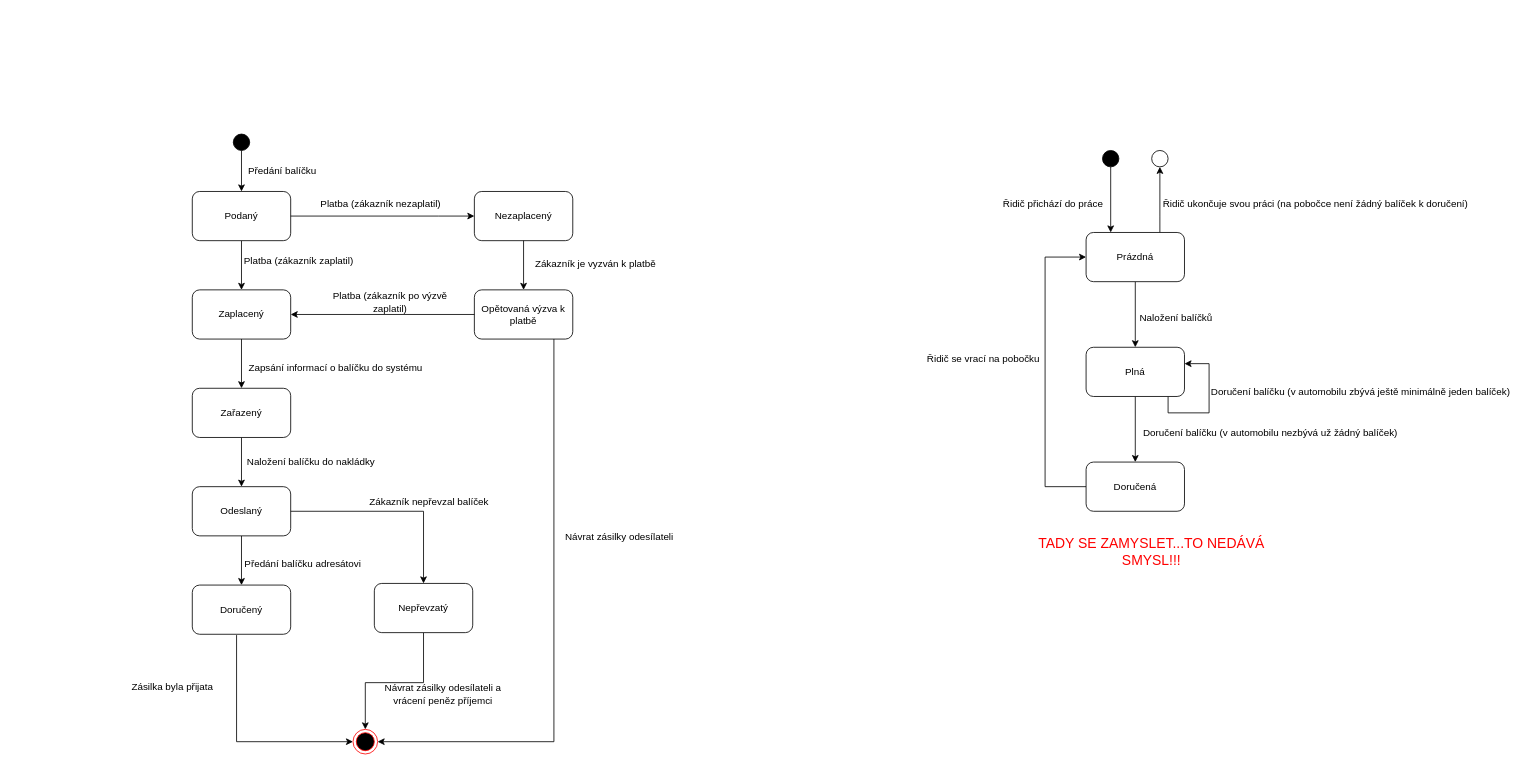
Earlier version of the draw.io diagram Projekt-StavovyDiagram.drawio (martinoak/culs-diagrams-net). Source tidied: cells renumbered, new cells numbered last; positions are measured from the earlier drawing's top-left corner, leaving out a move shared by most shapes. Both pictures are drawn from the tidied source at 82%, with x=0, y=0 at pixel (107, 134).
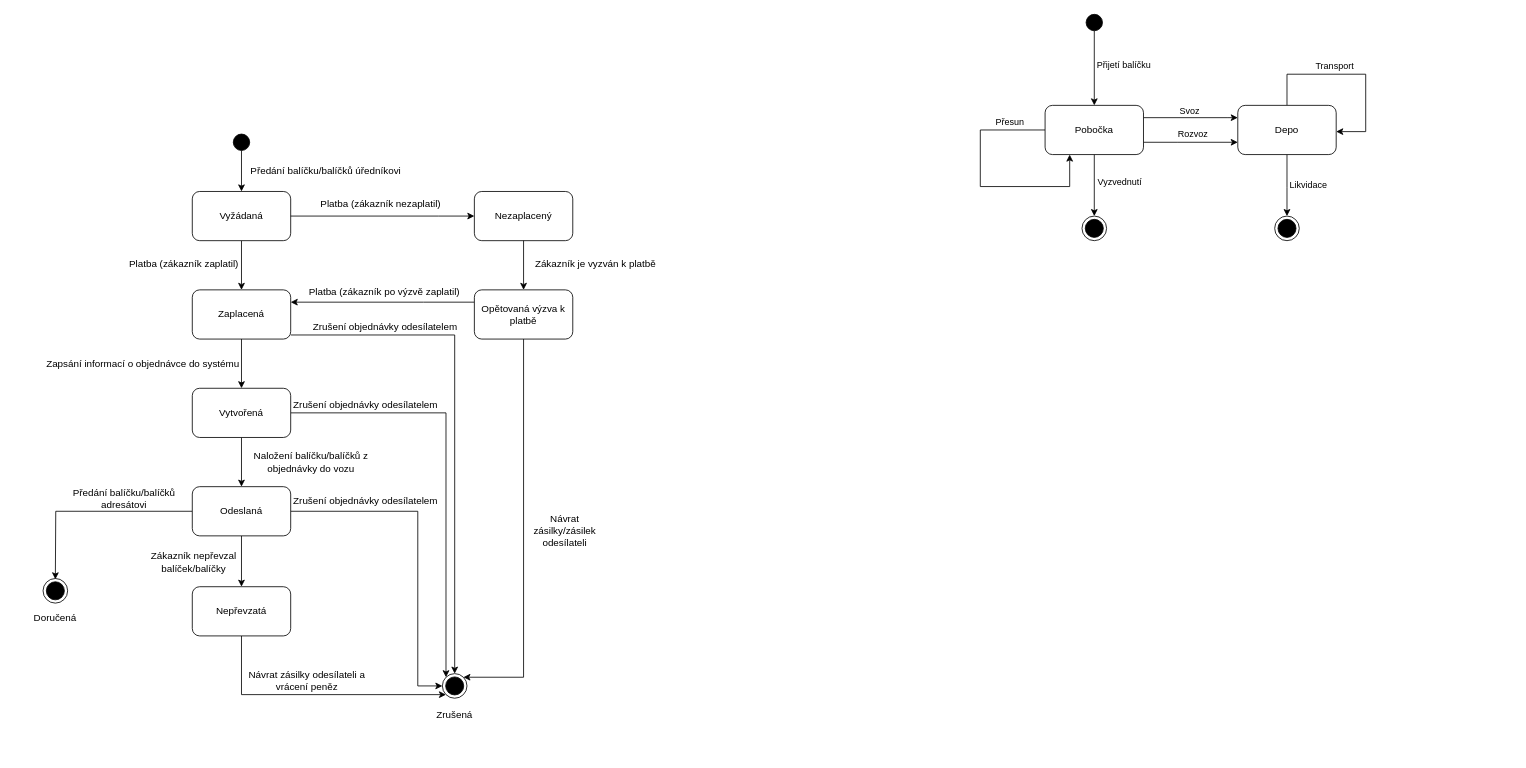
After the change.

The change refers to these unchanged cells:
```xml
<mxCell id="45" value="Opětovaná výzva k platbě" style="rounded=1;whiteSpace=wrap;html=1;shadow=0;strokeColor=#000000;fillColor=#FFFFFF;" parent="1" vertex="1">
  <mxGeometry x="448" y="190" width="120" height="60" as="geometry" />
</mxCell>
```

The edit, as a diff of the source:
```diff
@@
-    <mxCell id="2" style="edgeStyle=orthogonalEdgeStyle;rounded=0;jettySize=auto;html=1;" parent="1" edge="1" source="4" target="7">
-      <mxGeometry relative="1" as="geometry" />
-    </mxCell>
-    <mxCell id="3" style="edgeStyle=orthogonalEdgeStyle;rounded=0;jettySize=auto;html=1;entryX=0.5;entryY=1;entryDx=0;entryDy=0;" parent="1" edge="1" source="4" target="10">
-      <mxGeometry relative="1" as="geometry">
-        <Array as="points">
-          <mxPoint x="1284" y="100" />
-          <mxPoint x="1284" y="100" />
-        </Array>
-      </mxGeometry>
-    </mxCell>
-    <mxCell id="4" value="Prázdná" style="rounded=1;whiteSpace=wrap;html=1;" parent="1" vertex="1">
-      <mxGeometry x="1194" y="120" width="120" height="60" as="geometry" />
-    </mxCell>
-    <mxCell id="5" style="edgeStyle=orthogonalEdgeStyle;rounded=0;jettySize=auto;html=1;" parent="1" edge="1" source="7" target="12">
-      <mxGeometry relative="1" as="geometry" />
-    </mxCell>
-    <mxCell id="6" style="edgeStyle=orthogonalEdgeStyle;rounded=0;orthogonalLoop=1;jettySize=auto;html=1;entryX=1;entryY=0.333;entryDx=0;entryDy=0;entryPerimeter=0;" parent="1" edge="1" source="7" target="7">
-      <mxGeometry relative="1" as="geometry">
-        <Array as="points">
-          <mxPoint x="1294" y="340" />
-          <mxPoint x="1344" y="340" />
-          <mxPoint x="1344" y="280" />
-        </Array>
-      </mxGeometry>
-    </mxCell>
-    <mxCell id="7" value="Plná" style="rounded=1;whiteSpace=wrap;html=1;" parent="1" vertex="1">
-      <mxGeometry x="1194" y="260" width="120" height="60" as="geometry" />
-    </mxCell>
-    <mxCell id="8" style="edgeStyle=orthogonalEdgeStyle;rounded=0;jettySize=auto;html=1;entryX=0.25;entryY=0;entryDx=0;entryDy=0;" parent="1" edge="1" source="9" target="4">
-      <mxGeometry relative="1" as="geometry" />
-    </mxCell>
-    <mxCell id="9" style="ellipse;whiteSpace=wrap;html=1;fillColor=#000000;" parent="1" vertex="1">
-      <mxGeometry x="1214" y="20" width="20" height="20" as="geometry" />
-    </mxCell>
-    <mxCell id="10" style="ellipse;whiteSpace=wrap;html=1;fillColor=#FFFFFF;strokeColor=#000000;shadow=0;" parent="1" vertex="1">
-      <mxGeometry x="1274" y="20" width="20" height="20" as="geometry" />
-    </mxCell>
-    <mxCell id="11" style="edgeStyle=orthogonalEdgeStyle;rounded=0;jettySize=auto;html=1;entryX=0;entryY=0.5;entryDx=0;entryDy=0;" parent="1" edge="1" source="12" target="4">
-      <mxGeometry relative="1" as="geometry">
-        <Array as="points">
-          <mxPoint x="1144" y="430" />
-          <mxPoint x="1144" y="150" />
-        </Array>
-      </mxGeometry>
-    </mxCell>
-    <mxCell id="12" value="Doručená" style="rounded=1;whiteSpace=wrap;html=1;shadow=0;strokeColor=#000000;fillColor=#FFFFFF;" parent="1" vertex="1">
-      <mxGeometry x="1194" y="400" width="120" height="60" as="geometry" />
-    </mxCell>
-    <mxCell id="13" value="Naložení balíčků" style="text;html=1;strokeColor=none;fillColor=none;align=center;verticalAlign=middle;whiteSpace=wrap;rounded=0;shadow=0;" parent="1" vertex="1">
-      <mxGeometry x="1254" y="210" width="100" height="30" as="geometry" />
-    </mxCell>
-    <mxCell id="14" value="Doručení balíčku (v automobilu nezbývá už žádný balíček)" style="text;html=1;strokeColor=none;fillColor=none;align=center;verticalAlign=middle;whiteSpace=wrap;rounded=0;shadow=0;" parent="1" vertex="1">
-      <mxGeometry x="1254" y="350" width="330" height="30" as="geometry" />
-    </mxCell>
-    <mxCell id="15" value="Doručení balíčku (v automobilu zbývá ještě minimálně jeden balíček)" style="text;html=1;strokeColor=none;fillColor=none;align=center;verticalAlign=middle;whiteSpace=wrap;rounded=0;shadow=0;" parent="1" vertex="1">
-      <mxGeometry x="1344" y="300" width="370" height="30" as="geometry" />
-    </mxCell>
-    <mxCell id="16" value="Řidič ukončuje svou práci (na pobočce není žádný balíček k doručení)" style="text;html=1;strokeColor=none;fillColor=none;align=center;verticalAlign=middle;whiteSpace=wrap;rounded=0;shadow=0;" parent="1" vertex="1">
-      <mxGeometry x="1284" y="70" width="380" height="30" as="geometry" />
-    </mxCell>
-    <mxCell id="17" value="Řidič přichází do práce" style="text;html=1;strokeColor=none;fillColor=none;align=center;verticalAlign=middle;whiteSpace=wrap;rounded=0;shadow=0;" parent="1" vertex="1">
-      <mxGeometry x="1084" y="70" width="140" height="30" as="geometry" />
-    </mxCell>
-    <mxCell id="18" value="Řidič se vrací na pobočku" style="text;html=1;strokeColor=none;fillColor=none;align=center;verticalAlign=middle;whiteSpace=wrap;rounded=0;shadow=0;" parent="1" vertex="1">
-      <mxGeometry x="994" y="260" width="150" height="30" as="geometry" />
-    </mxCell>
@@
-    <mxCell id="20" value="Podaný" style="rounded=1;whiteSpace=wrap;html=1;shadow=0;strokeColor=#000000;fillColor=#FFFFFF;" parent="1" vertex="1">
+    <mxCell id="20" value="Vyžádaná" style="rounded=1;whiteSpace=wrap;html=1;shadow=0;strokeColor=#000000;fillColor=#FFFFFF;" parent="1" vertex="1">
       <mxGeometry x="104" y="70" width="120" height="60" as="geometry" />
     </mxCell>
@@
+    <mxCell id="55" style="edgeStyle=orthogonalEdgeStyle;rounded=0;jettySize=auto;html=1;entryX=0.5;entryY=0;entryDx=0;entryDy=0;" parent="1" edge="1" source="24" target="43">
+      <mxGeometry relative="1" as="geometry">
+        <Array as="points">
+          <mxPoint x="424" y="245" />
+        </Array>
+      </mxGeometry>
+    </mxCell>
-    <mxCell id="24" value="Zaplacený" style="rounded=1;whiteSpace=wrap;html=1;shadow=0;strokeColor=#000000;fillColor=#FFFFFF;" parent="1" vertex="1">
+    <mxCell id="24" value="Zaplacená" style="rounded=1;whiteSpace=wrap;html=1;shadow=0;strokeColor=#000000;fillColor=#FFFFFF;" parent="1" vertex="1">
       <mxGeometry x="104" y="190" width="120" height="60" as="geometry" />
     </mxCell>
@@
+    <mxCell id="56" style="edgeStyle=orthogonalEdgeStyle;rounded=0;jettySize=auto;html=1;entryX=0;entryY=0;entryDx=0;entryDy=0;" parent="1" edge="1" source="26" target="43">
+      <mxGeometry relative="1" as="geometry" />
+    </mxCell>
-    <mxCell id="26" value="Zařazený" style="rounded=1;whiteSpace=wrap;html=1;shadow=0;strokeColor=#000000;fillColor=#FFFFFF;" parent="1" vertex="1">
+    <mxCell id="26" value="Vytvořená" style="rounded=1;whiteSpace=wrap;html=1;shadow=0;strokeColor=#000000;fillColor=#FFFFFF;" parent="1" vertex="1">
       <mxGeometry x="104" y="310" width="120" height="60" as="geometry" />
     </mxCell>
-    <mxCell id="27" style="edgeStyle=orthogonalEdgeStyle;rounded=0;jettySize=auto;html=1;entryX=0.5;entryY=0;entryDx=0;entryDy=0;" parent="1" edge="1" source="28" target="30">
-      <mxGeometry relative="1" as="geometry" />
+    <mxCell id="27" style="edgeStyle=orthogonalEdgeStyle;rounded=0;jettySize=auto;html=1;entryX=0.5;entryY=0;entryDx=0;entryDy=0;" parent="1" edge="1" source="28">
+      <mxGeometry relative="1" as="geometry">
+        <mxPoint x="-63" y="543" as="targetPoint" />
+      </mxGeometry>
     </mxCell>
+    <mxCell id="57" style="edgeStyle=orthogonalEdgeStyle;rounded=0;jettySize=auto;html=1;entryX=0;entryY=0.5;entryDx=0;entryDy=0;" parent="1" edge="1" source="28" target="43">
+      <mxGeometry relative="1" as="geometry">
+        <Array as="points">
+          <mxPoint x="379" y="460" />
+          <mxPoint x="379" y="673" />
+        </Array>
+      </mxGeometry>
+    </mxCell>
+    <mxCell id="41" style="edgeStyle=orthogonalEdgeStyle;rounded=0;jettySize=auto;html=1;" parent="1" edge="1" source="28" target="40">
+      <mxGeometry relative="1" as="geometry" />
+    </mxCell>
-    <mxCell id="28" value="Odeslaný" style="rounded=1;whiteSpace=wrap;html=1;shadow=0;strokeColor=#000000;fillColor=#FFFFFF;" parent="1" vertex="1">
+    <mxCell id="28" value="Odeslaná" style="rounded=1;whiteSpace=wrap;html=1;shadow=0;strokeColor=#000000;fillColor=#FFFFFF;" parent="1" vertex="1">
       <mxGeometry x="104" y="430" width="120" height="60" as="geometry" />
     </mxCell>
-    <mxCell id="29" value="Předání balíčku" style="text;html=1;strokeColor=none;fillColor=none;align=center;verticalAlign=middle;whiteSpace=wrap;rounded=0;shadow=0;" parent="1" vertex="1">
-      <mxGeometry x="164" y="30" width="100" height="30" as="geometry" />
+    <mxCell id="29" value="Předání balíčku/balíčků úředníkovi" style="text;html=1;strokeColor=none;fillColor=none;align=center;verticalAlign=middle;whiteSpace=wrap;rounded=0;shadow=0;" parent="1" vertex="1">
+      <mxGeometry x="164" y="30" width="206" height="30" as="geometry" />
     </mxCell>
-    <mxCell id="30" value="Doručený" style="rounded=1;whiteSpace=wrap;html=1;shadow=0;strokeColor=#000000;fillColor=#FFFFFF;" parent="1" vertex="1">
-      <mxGeometry x="104" y="550" width="120" height="60" as="geometry" />
-    </mxCell>
     <mxCell id="31" value="Platba (zákazník zaplatil)" style="text;html=1;strokeColor=none;fillColor=none;align=center;verticalAlign=middle;whiteSpace=wrap;rounded=0;shadow=0;" parent="1" vertex="1">
-      <mxGeometry x="164" y="140" width="140" height="30" as="geometry" />
+      <mxGeometry x="24" y="144" width="140" height="30" as="geometry" />
     </mxCell>
-    <mxCell id="32" value="Zapsání informací o balíčku do systému" style="text;html=1;strokeColor=none;fillColor=none;align=center;verticalAlign=middle;whiteSpace=wrap;rounded=0;shadow=0;" parent="1" vertex="1">
-      <mxGeometry x="164" y="270" width="230" height="30" as="geometry" />
+    <mxCell id="32" value="Zapsání informací o objednávce do systému" style="text;html=1;strokeColor=none;fillColor=none;align=center;verticalAlign=middle;whiteSpace=wrap;rounded=0;shadow=0;" parent="1" vertex="1">
+      <mxGeometry x="-76" y="265" width="240" height="30" as="geometry" />
     </mxCell>
-    <mxCell id="33" value="Naložení balíčku do nakládky" style="text;html=1;strokeColor=none;fillColor=none;align=center;verticalAlign=middle;whiteSpace=wrap;rounded=0;shadow=0;" parent="1" vertex="1">
+    <mxCell id="33" value="Naložení balíčku/balíčků z objednávky do vozu" style="text;html=1;strokeColor=none;fillColor=none;align=center;verticalAlign=middle;whiteSpace=wrap;rounded=0;shadow=0;" parent="1" vertex="1">
       <mxGeometry x="164" y="385" width="170" height="30" as="geometry" />
     </mxCell>
-    <mxCell id="34" value="Předání balíčku adresátovi" style="text;html=1;strokeColor=none;fillColor=none;align=center;verticalAlign=middle;whiteSpace=wrap;rounded=0;shadow=0;" parent="1" vertex="1">
-      <mxGeometry x="164" y="510" width="150" height="30" as="geometry" />
+    <mxCell id="34" value="Předání balíčku/balíčků adresátovi" style="text;html=1;strokeColor=none;fillColor=none;align=center;verticalAlign=middle;whiteSpace=wrap;rounded=0;shadow=0;" parent="1" vertex="1">
+      <mxGeometry x="-54" y="430" width="150" height="30" as="geometry" />
     </mxCell>
-    <mxCell id="35" style="edgeStyle=orthogonalEdgeStyle;rounded=0;jettySize=auto;html=1;entryX=0.5;entryY=0;entryDx=0;entryDy=0;exitX=0.5;exitY=1;exitDx=0;exitDy=0;" parent="1" edge="1" source="40" target="43">
-      <mxGeometry relative="1" as="geometry">
-        <Array as="points">
-          <mxPoint x="386" y="669" />
-          <mxPoint x="315" y="669" />
-        </Array>
-      </mxGeometry>
-    </mxCell>
@@
-    <mxCell id="39" style="edgeStyle=orthogonalEdgeStyle;rounded=0;jettySize=auto;html=1;entryX=0;entryY=0.5;entryDx=0;entryDy=0;exitX=0.45;exitY=1.017;exitDx=0;exitDy=0;exitPerimeter=0;" parent="1" edge="1" source="30" target="43">
-      <mxGeometry relative="1" as="geometry" />
-    </mxCell>
+    <mxCell id="35" style="edgeStyle=orthogonalEdgeStyle;rounded=0;jettySize=auto;html=1;entryX=0;entryY=1;entryDx=0;entryDy=0;" parent="1" edge="1" source="40" target="43">
+      <mxGeometry relative="1" as="geometry">
+        <Array as="points">
+          <mxPoint x="164" y="684" />
+        </Array>
+      </mxGeometry>
+    </mxCell>
-    <mxCell id="40" value="Nepřevzatý" style="rounded=1;whiteSpace=wrap;html=1;shadow=0;strokeColor=#000000;fillColor=#FFFFFF;" parent="1" vertex="1">
-      <mxGeometry x="326" y="548" width="120" height="60" as="geometry" />
+    <mxCell id="40" value="Nepřevzatá" style="rounded=1;whiteSpace=wrap;html=1;shadow=0;strokeColor=#000000;fillColor=#FFFFFF;" parent="1" vertex="1">
+      <mxGeometry x="104" y="552" width="120" height="60" as="geometry" />
     </mxCell>
-    <mxCell id="41" style="endArrow=classic;html=1;rounded=0;exitX=1;exitY=0.5;exitDx=0;exitDy=0;entryX=0.5;entryY=0;entryDx=0;entryDy=0;" parent="1" edge="1" source="28" target="40">
-      <mxGeometry relative="1" as="geometry">
-        <Array as="points">
-          <mxPoint x="386" y="460" />
-        </Array>
-      </mxGeometry>
-    </mxCell>
-    <mxCell id="42" value="Zákazník nepřevzal balíček" style="text;html=1;strokeColor=none;fillColor=none;align=center;verticalAlign=middle;whiteSpace=wrap;rounded=0;shadow=0;" parent="1" vertex="1">
-      <mxGeometry x="308" y="434" width="170" height="30" as="geometry" />
-    </mxCell>
-    <mxCell id="43" style="ellipse;html=1;shape=endState;fillColor=#000000;strokeColor=#ff0000;" parent="1" vertex="1">
-      <mxGeometry x="300" y="726" width="30" height="30" as="geometry" />
+    <mxCell id="43" style="ellipse;html=1;shape=endState;fillColor=#000000;strokeColor=default;" parent="1" vertex="1">
+      <mxGeometry x="409" y="658" width="30" height="30" as="geometry" />
     </mxCell>
+    <mxCell id="48" style="edgeStyle=orthogonalEdgeStyle;rounded=0;jettySize=auto;html=1;entryX=1;entryY=0.25;entryDx=0;entryDy=0;" parent="1" edge="1" source="45" target="24">
+      <mxGeometry relative="1" as="geometry">
+        <Array as="points">
+          <mxPoint x="386" y="205" />
+          <mxPoint x="386" y="205" />
+        </Array>
+      </mxGeometry>
+    </mxCell>
-    <mxCell id="44" style="edgeStyle=orthogonalEdgeStyle;rounded=0;jettySize=auto;html=1;entryX=1;entryY=0.5;entryDx=0;entryDy=0;" parent="1" edge="1" source="45" target="43">
+    <mxCell id="44" style="edgeStyle=orthogonalEdgeStyle;rounded=0;jettySize=auto;html=1;entryX=1;entryY=0;entryDx=0;entryDy=0;" parent="1" edge="1" source="45" target="43">
       <mxGeometry relative="1" as="geometry">
         <Array as="points">
-          <mxPoint x="545" y="741" />
+          <mxPoint x="508" y="662" />
         </Array>
       </mxGeometry>
     </mxCell>
@@
-    <mxCell id="48" style="endArrow=classic;html=1;rounded=0;entryX=1;entryY=0.5;entryDx=0;entryDy=0;" parent="1" edge="1" source="45" target="24">
-      <mxGeometry relative="1" as="geometry" />
-    </mxCell>
     <mxCell id="49" value="Platba (zákazník po výzvě zaplatil)" style="text;html=1;strokeColor=none;fillColor=none;align=center;verticalAlign=middle;whiteSpace=wrap;rounded=0;shadow=0;" parent="1" vertex="1">
-      <mxGeometry x="256" y="190" width="179" height="30" as="geometry" />
+      <mxGeometry x="242" y="178" width="193" height="30" as="geometry" />
     </mxCell>
@@
-    <mxCell id="51" value="Návrat zásilky odesílateli" style="text;html=1;strokeColor=none;fillColor=none;align=center;verticalAlign=middle;whiteSpace=wrap;rounded=0;shadow=0;" parent="1" vertex="1">
-      <mxGeometry x="545" y="476" width="160" height="30" as="geometry" />
+    <mxCell id="51" value="Návrat zásilky/zásilek odesílateli" style="text;html=1;strokeColor=none;fillColor=none;align=center;verticalAlign=middle;whiteSpace=wrap;rounded=0;shadow=0;" parent="1" vertex="1">
+      <mxGeometry x="501" y="469" width="115" height="30" as="geometry" />
     </mxCell>
-    <mxCell id="52" value="Návrat zásilky odesílateli a vrácení peněz příjemci" style="text;html=1;strokeColor=none;fillColor=none;align=center;verticalAlign=middle;whiteSpace=wrap;rounded=0;shadow=0;" parent="1" vertex="1">
-      <mxGeometry x="330" y="668" width="160" height="30" as="geometry" />
+    <mxCell id="52" value="Návrat zásilky odesílateli a vrácení peněz" style="text;html=1;strokeColor=none;fillColor=none;align=center;verticalAlign=middle;whiteSpace=wrap;rounded=0;shadow=0;" parent="1" vertex="1">
+      <mxGeometry x="164" y="652" width="160" height="30" as="geometry" />
     </mxCell>
-    <mxCell id="53" value="Zásilka byla přijata" style="text;html=1;strokeColor=none;fillColor=none;align=center;verticalAlign=middle;whiteSpace=wrap;rounded=0;shadow=0;" parent="1" vertex="1">
-      <mxGeometry y="659" width="160" height="30" as="geometry" />
-    </mxCell>
-    <mxCell id="54" value="&lt;font color=&quot;#ff0000&quot; style=&quot;font-size: 17px;&quot;&gt;TADY SE ZAMYSLET...TO NEDÁVÁ SMYSL!!!&lt;/font&gt;" style="text;html=1;strokeColor=none;fillColor=none;align=center;verticalAlign=middle;whiteSpace=wrap;rounded=0;" parent="1" vertex="1">
-      <mxGeometry x="1110" y="495" width="328" height="30" as="geometry" />
-    </mxCell>
+    <mxCell id="42" value="Zákazník nepřevzal balíček/balíčky" style="text;html=1;strokeColor=none;fillColor=none;align=center;verticalAlign=middle;whiteSpace=wrap;rounded=0;shadow=0;" parent="1" vertex="1">
+      <mxGeometry x="21" y="507" width="170" height="30" as="geometry" />
+    </mxCell>
+    <mxCell id="58" value="Zrušení objednávky odesílatelem" style="text;html=1;strokeColor=none;fillColor=none;align=center;verticalAlign=middle;whiteSpace=wrap;rounded=0;shadow=0;" parent="1" vertex="1">
+      <mxGeometry x="226" y="315" width="179" height="30" as="geometry" />
+    </mxCell>
+    <mxCell id="59" value="Zrušení objednávky odesílatelem" style="text;html=1;strokeColor=none;fillColor=none;align=center;verticalAlign=middle;whiteSpace=wrap;rounded=0;shadow=0;" parent="1" vertex="1">
+      <mxGeometry x="242" y="220" width="195" height="30" as="geometry" />
+    </mxCell>
+    <mxCell id="60" style="ellipse;html=1;shape=endState;fillColor=#000000;strokeColor=default;" parent="1" vertex="1">
+      <mxGeometry x="-78" y="542" width="30" height="30" as="geometry" />
+    </mxCell>
+    <mxCell id="12" value="Doručená" style="text;html=1;strokeColor=none;fillColor=none;align=center;verticalAlign=middle;whiteSpace=wrap;rounded=0;shadow=0;" parent="1" vertex="1">
+      <mxGeometry x="-113" y="575" width="100" height="30" as="geometry" />
+    </mxCell>
+    <mxCell id="61" value="Zrušená" style="text;html=1;strokeColor=none;fillColor=none;align=center;verticalAlign=middle;whiteSpace=wrap;rounded=0;shadow=0;" parent="1" vertex="1">
+      <mxGeometry x="374" y="693" width="100" height="30" as="geometry" />
+    </mxCell>
+    <mxCell id="62" value="Svoz" style="edgeStyle=orthogonalEdgeStyle;rounded=0;jettySize=auto;html=1;entryX=0;entryY=0.25;entryDx=0;entryDy=0;" parent="1" edge="1" source="66" target="70">
+      <mxGeometry x="-0.03" y="8" relative="1" as="geometry">
+        <Array as="points">
+          <mxPoint x="1367" y="-20" />
+          <mxPoint x="1367" y="-20" />
+        </Array>
+      </mxGeometry>
+    </mxCell>
+    <mxCell id="63" value="Rozvoz" style="edgeStyle=orthogonalEdgeStyle;rounded=0;jettySize=auto;html=1;entryX=0;entryY=0.75;entryDx=0;entryDy=0;" parent="1" edge="1" source="66" target="70">
+      <mxGeometry x="0.05" y="10" relative="1" as="geometry">
+        <Array as="points">
+          <mxPoint x="1305" y="10" />
+          <mxPoint x="1305" y="10" />
+        </Array>
+      </mxGeometry>
+    </mxCell>
+    <mxCell id="64" value="Vyzvednutí" style="edgeStyle=orthogonalEdgeStyle;rounded=0;jettySize=auto;html=1;entryX=0.5;entryY=0;entryDx=0;entryDy=0;" parent="1" edge="1" source="66" target="74">
+      <mxGeometry x="-0.09" y="31" relative="1" as="geometry" />
+    </mxCell>
+    <mxCell id="65" value="Přesun" style="edgeStyle=orthogonalEdgeStyle;rounded=0;orthogonalLoop=1;jettySize=auto;html=1;entryX=0.25;entryY=1;entryDx=0;entryDy=0;" parent="1" edge="1" source="66" target="66">
+      <mxGeometry x="-0.71" y="-9" relative="1" as="geometry">
+        <Array as="points">
+          <mxPoint x="1065" y="-5" />
+          <mxPoint x="1065" y="64" />
+          <mxPoint x="1174" y="64" />
+        </Array>
+      </mxGeometry>
+    </mxCell>
+    <mxCell id="66" value="Pobočka" style="rounded=1;whiteSpace=wrap;html=1;" parent="1" vertex="1">
+      <mxGeometry x="1144" y="-35" width="120" height="60" as="geometry" />
+    </mxCell>
+    <mxCell id="67" style="edgeStyle=orthogonalEdgeStyle;rounded=0;orthogonalLoop=1;jettySize=auto;html=1;" parent="1" edge="1" source="70" target="70">
+      <mxGeometry relative="1" as="geometry">
+        <Array as="points">
+          <mxPoint x="1439" y="-73" />
+          <mxPoint x="1535" y="-73" />
+          <mxPoint x="1535" y="-3" />
+        </Array>
+      </mxGeometry>
+    </mxCell>
+    <mxCell id="68" value="Transport" style="edgeLabel;html=1;align=center;verticalAlign=middle;" parent="67" vertex="1">
+      <mxGeometry x="-0.07" y="-3" relative="1" as="geometry">
+        <mxPoint x="-17" y="-14" as="offset" />
+      </mxGeometry>
+    </mxCell>
+    <mxCell id="69" value="Likvidace" style="edgeStyle=orthogonalEdgeStyle;rounded=0;jettySize=auto;html=1;entryX=0.5;entryY=0;entryDx=0;entryDy=0;" parent="1" edge="1" source="70" target="75">
+      <mxGeometry x="-0.01" y="26" relative="1" as="geometry">
+        <Array as="points">
+          <mxPoint x="1439" y="65" />
+          <mxPoint x="1439" y="65" />
+        </Array>
+      </mxGeometry>
+    </mxCell>
+    <mxCell id="70" value="Depo" style="rounded=1;whiteSpace=wrap;html=1;" parent="1" vertex="1">
+      <mxGeometry x="1379" y="-35" width="120" height="60" as="geometry" />
+    </mxCell>
+    <mxCell id="71" value="Přijetí balíčku" style="edgeStyle=orthogonalEdgeStyle;rounded=0;jettySize=auto;html=1;exitX=0.5;exitY=1;exitDx=0;exitDy=0;" parent="1" edge="1" source="72" target="66">
+      <mxGeometry x="-0.08" y="36" relative="1" as="geometry" />
+    </mxCell>
+    <mxCell id="72" style="ellipse;whiteSpace=wrap;html=1;fillColor=#000000;" parent="1" vertex="1">
+      <mxGeometry x="1194" y="-146" width="20" height="20" as="geometry" />
+    </mxCell>
+    <mxCell id="73" value="Zrušení objednávky odesílatelem" style="text;html=1;strokeColor=none;fillColor=none;align=center;verticalAlign=middle;whiteSpace=wrap;rounded=0;shadow=0;" parent="1" vertex="1">
+      <mxGeometry x="226" y="433" width="179" height="30" as="geometry" />
+    </mxCell>
+    <mxCell id="74" style="ellipse;html=1;shape=endState;fillColor=#000000;strokeColor=default;" parent="1" vertex="1">
+      <mxGeometry x="1189" y="100" width="30" height="30" as="geometry" />
+    </mxCell>
+    <mxCell id="75" style="ellipse;html=1;shape=endState;fillColor=#000000;strokeColor=default;" parent="1" vertex="1">
+      <mxGeometry x="1424" y="100" width="30" height="30" as="geometry" />
+    </mxCell>
```
